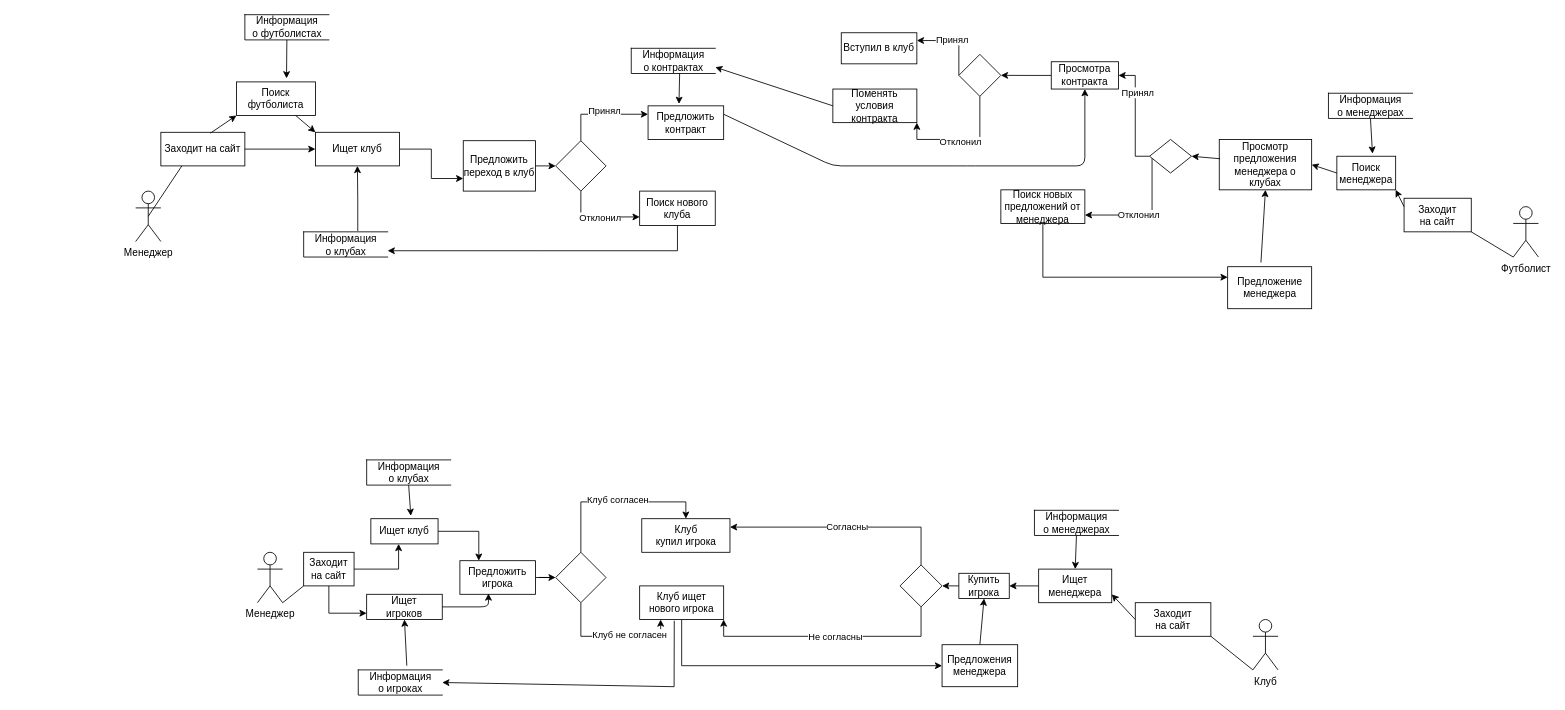
Before: Diagrams/DFD.drawio in ErifKcalb/Uchebnya-Praktika-1, a draw.io diagram. Source tidied: cells renumbered, new cells numbered last; positions are measured from the earlier drawing's top-left corner, leaving out a move shared by most shapes. Both pictures are drawn from the tidied source at 84%, with x=0, y=0 at pixel (135, 14).
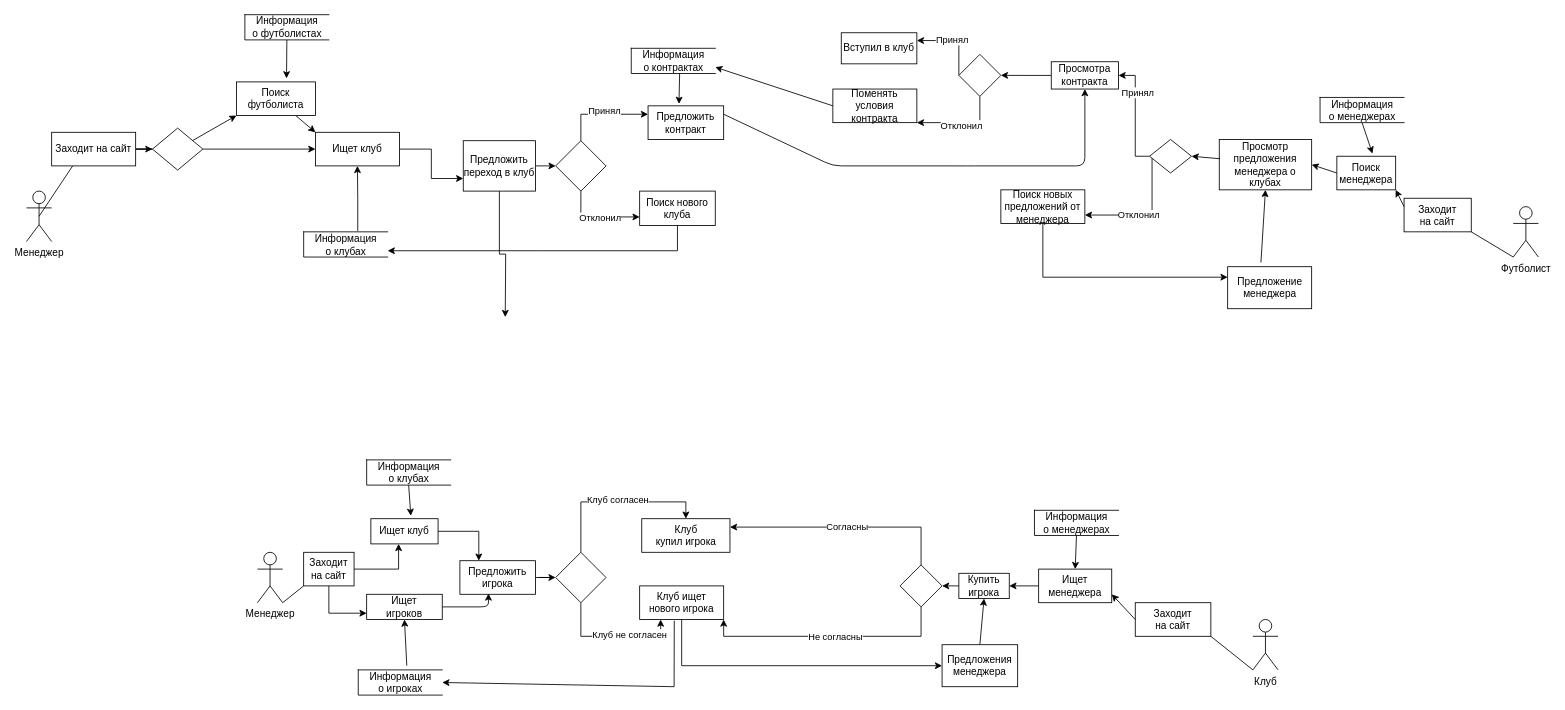
The same diagram, later.

Unchanged cells that the change refers to:
```xml
<mxCell id="4" value="Поиск&lt;br&gt;футболиста" style="rounded=0;whiteSpace=wrap;html=1;" parent="1" vertex="1">
  <mxGeometry x="120" y="80" width="94" height="40" as="geometry" />
</mxCell>
<mxCell id="7" value="Предложить&lt;br&gt;переход в клуб" style="rounded=0;whiteSpace=wrap;html=1;" parent="1" vertex="1">
  <mxGeometry x="390" y="150" width="86" height="60" as="geometry" />
</mxCell>
<mxCell id="32" style="rhombus;whiteSpace=wrap;html=1;" parent="1" vertex="1">
  <mxGeometry x="980" y="47.2" width="50" height="50" as="geometry" />
</mxCell>
<mxCell id="34" value="Поменять условия контракта" style="rounded=0;whiteSpace=wrap;html=1;" parent="1" vertex="1">
  <mxGeometry x="830" y="88.5" width="100" height="40" as="geometry" />
</mxCell>
<mxCell id="37" value="Ищет клуб" style="rounded=0;whiteSpace=wrap;html=1;" parent="1" vertex="1">
  <mxGeometry x="214" y="140" width="100" height="40" as="geometry" />
</mxCell>
```

Change to the diagram source:
```diff
@@
     <mxCell id="2" value="Менеджер&lt;br&gt;" style="shape=umlActor;verticalLabelPosition=bottom;verticalAlign=top;html=1;outlineConnect=0;" parent="1" vertex="1">
-      <mxGeometry y="210" width="30" height="60" as="geometry" />
+      <mxGeometry x="-130" y="210" width="30" height="60" as="geometry" />
     </mxCell>
+    <mxCell id="98" style="edgeStyle=orthogonalEdgeStyle;rounded=0;jettySize=auto;html=1;" parent="1" edge="1" source="3" target="100">
+      <mxGeometry relative="1" as="geometry" />
+    </mxCell>
     <mxCell id="3" value="Заходит на сайт" style="rounded=0;whiteSpace=wrap;html=1;" parent="1" vertex="1">
-      <mxGeometry x="30" y="140" width="100" height="40" as="geometry" />
+      <mxGeometry x="-100" y="140" width="100" height="40" as="geometry" />
     </mxCell>
@@
+    <mxCell id="99" style="edgeStyle=orthogonalEdgeStyle;rounded=0;jettySize=auto;html=1;" parent="1" edge="1" source="7">
+      <mxGeometry relative="1" as="geometry">
+        <mxPoint x="440" y="360" as="targetPoint" />
+      </mxGeometry>
+    </mxCell>
@@
-    <mxCell id="17" style="endArrow=classic;html=1;entryX=0;entryY=1;entryDx=0;entryDy=0;exitX=0.59;exitY=0.025;exitDx=0;exitDy=0;exitPerimeter=0;" parent="1" edge="1" source="3" target="4">
+    <mxCell id="17" style="endArrow=classic;html=1;entryX=0;entryY=1;entryDx=0;entryDy=0;" parent="1" edge="1" source="100" target="4">
       <mxGeometry relative="1" as="geometry" />
     </mxCell>
@@
     <mxCell id="30" style="edgeStyle=orthogonalEdgeStyle;rounded=0;jettySize=auto;html=1;exitX=0.5;exitY=1;exitDx=0;exitDy=0;entryX=1;entryY=1;entryDx=0;entryDy=0;" parent="1" edge="1" source="32" target="34">
-      <mxGeometry relative="1" as="geometry" />
+      <mxGeometry relative="1" as="geometry">
+        <Array as="points">
+          <mxPoint x="1005" y="129" />
+        </Array>
+      </mxGeometry>
     </mxCell>
@@
-    <mxCell id="38" style="endArrow=classic;html=1;entryX=0;entryY=0.5;entryDx=0;entryDy=0;exitX=1;exitY=0.5;exitDx=0;exitDy=0;" parent="1" edge="1" source="3" target="37">
+    <mxCell id="38" style="endArrow=classic;html=1;entryX=0;entryY=0.5;entryDx=0;entryDy=0;" parent="1" edge="1" source="100" target="37">
       <mxGeometry relative="1" as="geometry" />
     </mxCell>
@@
     <mxCell id="90" value="Информация&lt;br&gt;о менеджерах" style="html=1;dashed=0;whitespace=wrap;shape=partialRectangle;right=0;" parent="1" vertex="1">
-      <mxGeometry x="1420" y="93.5" width="100" height="30" as="geometry" />
+      <mxGeometry x="1410" y="98.5" width="100" height="30" as="geometry" />
     </mxCell>
@@
+    <mxCell id="100" style="shape=rhombus;html=1;dashed=0;whitespace=wrap;perimeter=rhombusPerimeter;" parent="1" vertex="1">
+      <mxGeometry x="20" y="135" width="60" height="50" as="geometry" />
+    </mxCell>
```
